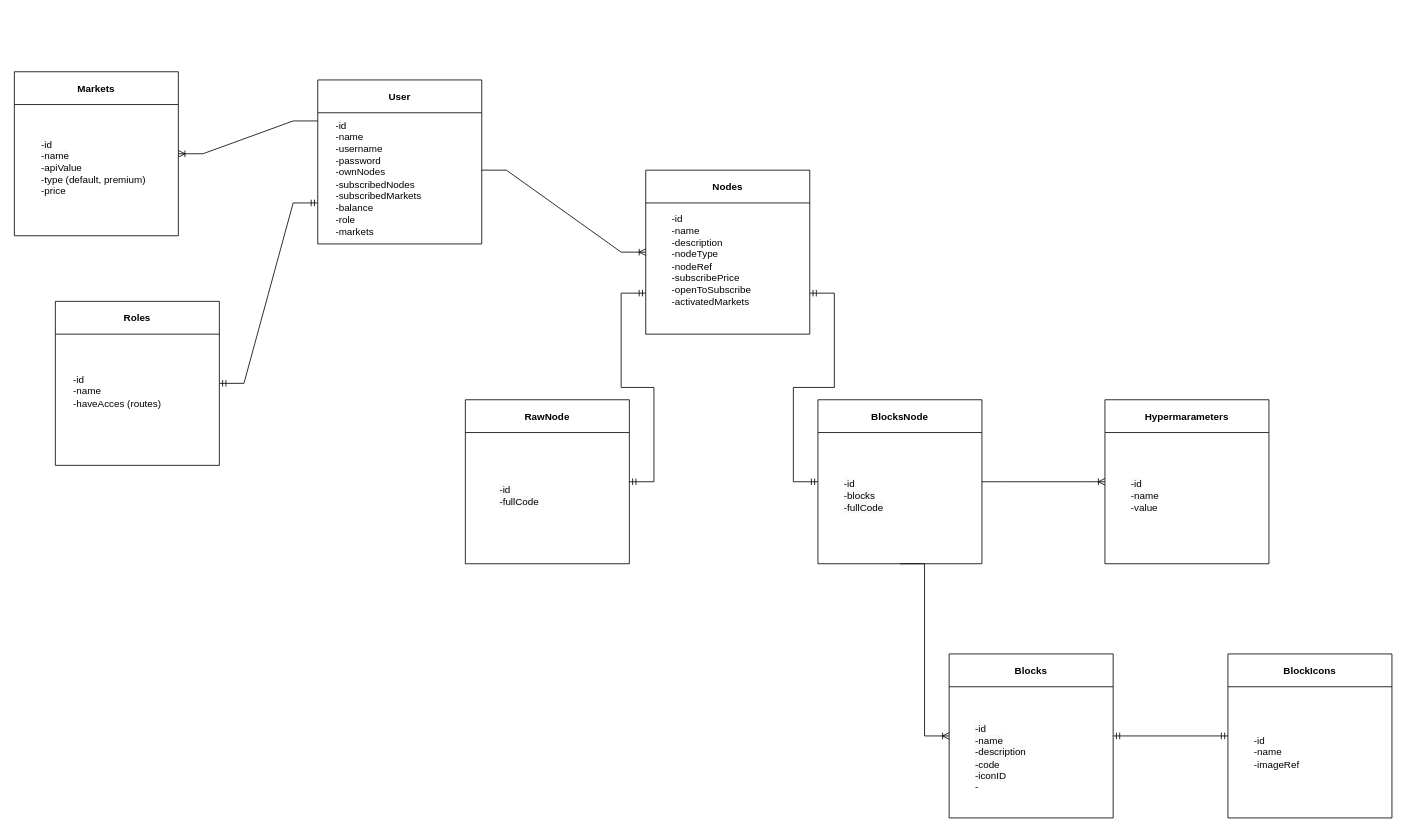
Above: ER Diagram.drawio in GabrielDamian/Stonks_Ultimate_BachelorDegree (draw.io), before the change. Source tidied: cells renumbered, new cells numbered last; positions are measured from the earlier drawing's top-left corner, leaving out a move shared by most shapes. Both pictures are drawn from the tidied source at 82%, with x=0, y=0 at pixel (14, 71).
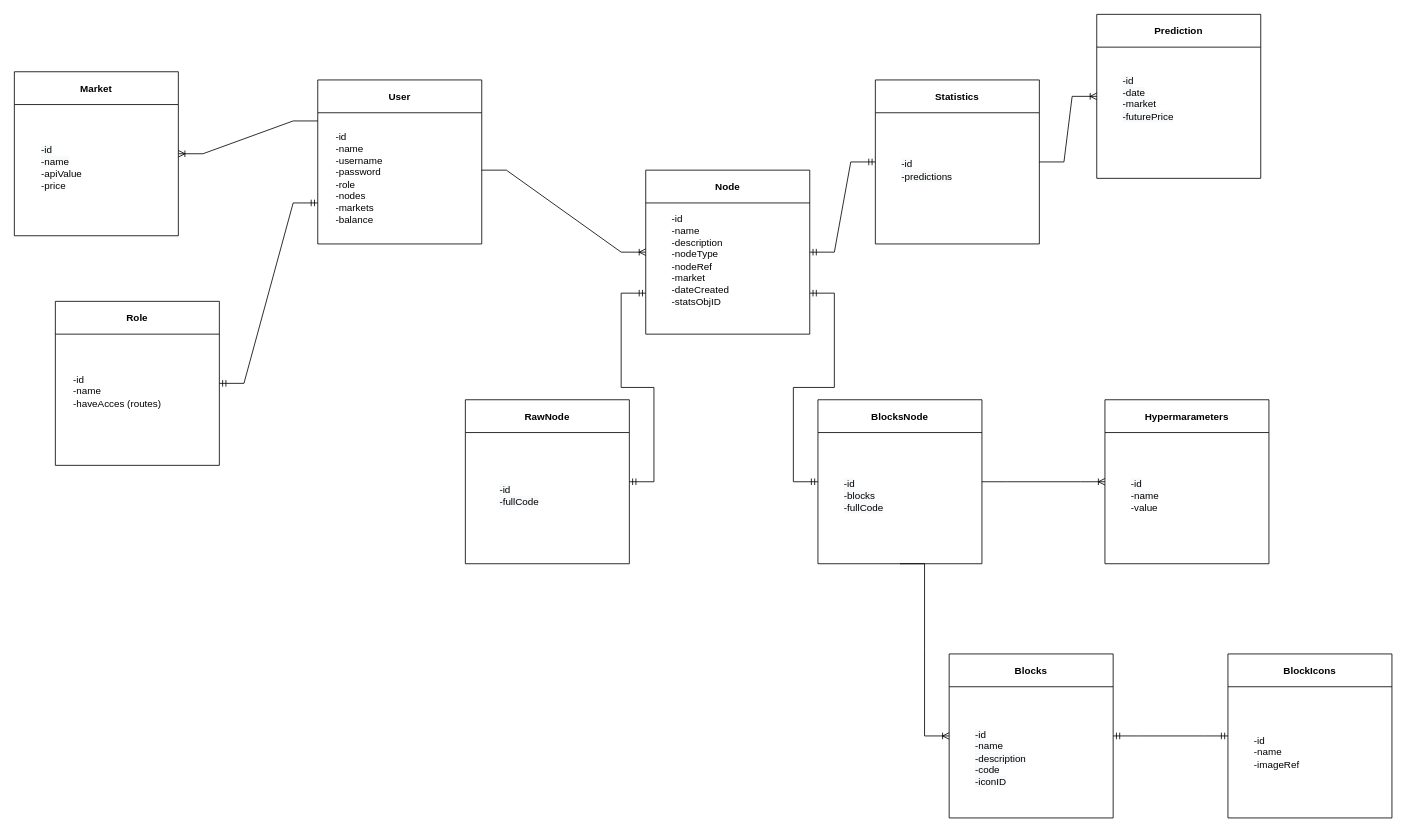
The same page after the edit.

Unchanged cells that the change refers to:
```xml
<mxCell id="2" value="User" style="swimlane;startSize=40;" parent="1" vertex="1">
  <mxGeometry x="370" y="10" width="200" height="200" as="geometry" />
</mxCell>
<mxCell id="6" value="Blocks" style="swimlane;startSize=40;" parent="1" vertex="1">
  <mxGeometry x="1140" y="710" width="200" height="200" as="geometry" />
</mxCell>
```

Change to the diagram source:
```diff
@@
-    <mxCell id="3" value="-id&lt;br&gt;-name&amp;nbsp;&lt;br&gt;-username&lt;br&gt;-password&lt;br&gt;-ownNodes&lt;br&gt;-subscribedNodes&lt;br&gt;-subscribedMarkets&lt;br&gt;-balance&lt;br&gt;-role&lt;br&gt;-markets" style="text;html=1;strokeColor=none;fillColor=none;align=left;verticalAlign=middle;whiteSpace=wrap;rounded=0;" parent="2" vertex="1">
+    <mxCell id="3" value="-id&lt;br&gt;-name&amp;nbsp;&lt;br&gt;-username&lt;br&gt;-password&lt;br&gt;-role&lt;br&gt;-nodes&lt;br&gt;-markets&lt;br&gt;-balance" style="text;html=1;strokeColor=none;fillColor=none;align=left;verticalAlign=middle;whiteSpace=wrap;rounded=0;" parent="2" vertex="1">
       <mxGeometry x="20" y="50" width="140" height="140" as="geometry" />
     </mxCell>
-    <mxCell id="4" value="Nodes" style="swimlane;startSize=40;" parent="1" vertex="1">
+    <mxCell id="4" value="Node" style="swimlane;startSize=40;" parent="1" vertex="1">
       <mxGeometry x="770" y="120" width="200" height="200" as="geometry" />
     </mxCell>
-    <mxCell id="5" value="-id&lt;br&gt;-name&amp;nbsp;&lt;br&gt;-description&lt;br&gt;-nodeType&lt;br&gt;-nodeRef&lt;br&gt;-subscribePrice&lt;br&gt;-openToSubscribe&lt;br&gt;-activatedMarkets" style="text;html=1;strokeColor=none;fillColor=none;align=left;verticalAlign=middle;whiteSpace=wrap;rounded=0;" parent="4" vertex="1">
+    <mxCell id="5" value="-id&lt;br&gt;-name&amp;nbsp;&lt;br&gt;-description&lt;br&gt;-nodeType&lt;br&gt;-nodeRef&lt;br&gt;-market&lt;br&gt;-dateCreated&lt;br&gt;-statsObjID" style="text;html=1;strokeColor=none;fillColor=none;align=left;verticalAlign=middle;whiteSpace=wrap;rounded=0;" parent="4" vertex="1">
       <mxGeometry x="30" y="50" width="140" height="120" as="geometry" />
     </mxCell>
@@
-    <mxCell id="7" value="&lt;br&gt;&lt;span style=&quot;color: rgb(0, 0, 0); font-family: Helvetica; font-size: 12px; font-style: normal; font-variant-ligatures: normal; font-variant-caps: normal; font-weight: 400; letter-spacing: normal; orphans: 2; text-align: left; text-indent: 0px; text-transform: none; widows: 2; word-spacing: 0px; -webkit-text-stroke-width: 0px; background-color: rgb(248, 249, 250); text-decoration-thickness: initial; text-decoration-style: initial; text-decoration-color: initial; float: none; display: inline !important;&quot;&gt;-id&lt;/span&gt;&lt;br style=&quot;color: rgb(0, 0, 0); font-family: Helvetica; font-size: 12px; font-style: normal; font-variant-ligatures: normal; font-variant-caps: normal; font-weight: 400; letter-spacing: normal; orphans: 2; text-align: left; text-indent: 0px; text-transform: none; widows: 2; word-spacing: 0px; -webkit-text-stroke-width: 0px; background-color: rgb(248, 249, 250); text-decoration-thickness: initial; text-decoration-style: initial; text-decoration-color: initial;&quot;&gt;&lt;span style=&quot;color: rgb(0, 0, 0); font-family: Helvetica; font-size: 12px; font-style: normal; font-variant-ligatures: normal; font-variant-caps: normal; font-weight: 400; letter-spacing: normal; orphans: 2; text-align: left; text-indent: 0px; text-transform: none; widows: 2; word-spacing: 0px; -webkit-text-stroke-width: 0px; background-color: rgb(248, 249, 250); text-decoration-thickness: initial; text-decoration-style: initial; text-decoration-color: initial; float: none; display: inline !important;&quot;&gt;-name&lt;/span&gt;&lt;br style=&quot;color: rgb(0, 0, 0); font-family: Helvetica; font-size: 12px; font-style: normal; font-variant-ligatures: normal; font-variant-caps: normal; font-weight: 400; letter-spacing: normal; orphans: 2; text-align: left; text-indent: 0px; text-transform: none; widows: 2; word-spacing: 0px; -webkit-text-stroke-width: 0px; background-color: rgb(248, 249, 250); text-decoration-thickness: initial; text-decoration-style: initial; text-decoration-color: initial;&quot;&gt;&lt;span style=&quot;color: rgb(0, 0, 0); font-family: Helvetica; font-size: 12px; font-style: normal; font-variant-ligatures: normal; font-variant-caps: normal; font-weight: 400; letter-spacing: normal; orphans: 2; text-align: left; text-indent: 0px; text-transform: none; widows: 2; word-spacing: 0px; -webkit-text-stroke-width: 0px; background-color: rgb(248, 249, 250); text-decoration-thickness: initial; text-decoration-style: initial; text-decoration-color: initial; float: none; display: inline !important;&quot;&gt;-description&lt;/span&gt;&lt;br style=&quot;color: rgb(0, 0, 0); font-family: Helvetica; font-size: 12px; font-style: normal; font-variant-ligatures: normal; font-variant-caps: normal; font-weight: 400; letter-spacing: normal; orphans: 2; text-align: left; text-indent: 0px; text-transform: none; widows: 2; word-spacing: 0px; -webkit-text-stroke-width: 0px; background-color: rgb(248, 249, 250); text-decoration-thickness: initial; text-decoration-style: initial; text-decoration-color: initial;&quot;&gt;&lt;span style=&quot;color: rgb(0, 0, 0); font-family: Helvetica; font-size: 12px; font-style: normal; font-variant-ligatures: normal; font-variant-caps: normal; font-weight: 400; letter-spacing: normal; orphans: 2; text-align: left; text-indent: 0px; text-transform: none; widows: 2; word-spacing: 0px; -webkit-text-stroke-width: 0px; background-color: rgb(248, 249, 250); text-decoration-thickness: initial; text-decoration-style: initial; text-decoration-color: initial; float: none; display: inline !important;&quot;&gt;-code&lt;/span&gt;&lt;br style=&quot;color: rgb(0, 0, 0); font-family: Helvetica; font-size: 12px; font-style: normal; font-variant-ligatures: normal; font-variant-caps: normal; font-weight: 400; letter-spacing: normal; orphans: 2; text-align: left; text-indent: 0px; text-transform: none; widows: 2; word-spacing: 0px; -webkit-text-stroke-width: 0px; background-color: rgb(248, 249, 250); text-decoration-thickness: initial; text-decoration-style: initial; text-decoration-color: initial;&quot;&gt;&lt;span style=&quot;color: rgb(0, 0, 0); font-family: Helvetica; font-size: 12px; font-style: normal; font-variant-ligatures: normal; font-variant-caps: normal; font-weight: 400; letter-spacing: normal; orphans: 2; text-align: left; text-indent: 0px; text-transform: none; widows: 2; word-spacing: 0px; -webkit-text-stroke-width: 0px; background-color: rgb(248, 249, 250); text-decoration-thickness: initial; text-decoration-style: initial; text-decoration-color: initial; float: none; display: inline !important;&quot;&gt;-iconID&lt;br&gt;&lt;/span&gt;-&lt;br&gt;" style="text;html=1;strokeColor=none;fillColor=none;align=left;verticalAlign=middle;whiteSpace=wrap;rounded=0;" parent="6" vertex="1">
+    <mxCell id="7" value="&lt;br&gt;&lt;span style=&quot;color: rgb(0, 0, 0); font-family: Helvetica; font-size: 12px; font-style: normal; font-variant-ligatures: normal; font-variant-caps: normal; font-weight: 400; letter-spacing: normal; orphans: 2; text-align: left; text-indent: 0px; text-transform: none; widows: 2; word-spacing: 0px; -webkit-text-stroke-width: 0px; background-color: rgb(248, 249, 250); text-decoration-thickness: initial; text-decoration-style: initial; text-decoration-color: initial; float: none; display: inline !important;&quot;&gt;-id&lt;/span&gt;&lt;br style=&quot;color: rgb(0, 0, 0); font-family: Helvetica; font-size: 12px; font-style: normal; font-variant-ligatures: normal; font-variant-caps: normal; font-weight: 400; letter-spacing: normal; orphans: 2; text-align: left; text-indent: 0px; text-transform: none; widows: 2; word-spacing: 0px; -webkit-text-stroke-width: 0px; background-color: rgb(248, 249, 250); text-decoration-thickness: initial; text-decoration-style: initial; text-decoration-color: initial;&quot;&gt;&lt;span style=&quot;color: rgb(0, 0, 0); font-family: Helvetica; font-size: 12px; font-style: normal; font-variant-ligatures: normal; font-variant-caps: normal; font-weight: 400; letter-spacing: normal; orphans: 2; text-align: left; text-indent: 0px; text-transform: none; widows: 2; word-spacing: 0px; -webkit-text-stroke-width: 0px; background-color: rgb(248, 249, 250); text-decoration-thickness: initial; text-decoration-style: initial; text-decoration-color: initial; float: none; display: inline !important;&quot;&gt;-name&lt;/span&gt;&lt;br style=&quot;color: rgb(0, 0, 0); font-family: Helvetica; font-size: 12px; font-style: normal; font-variant-ligatures: normal; font-variant-caps: normal; font-weight: 400; letter-spacing: normal; orphans: 2; text-align: left; text-indent: 0px; text-transform: none; widows: 2; word-spacing: 0px; -webkit-text-stroke-width: 0px; background-color: rgb(248, 249, 250); text-decoration-thickness: initial; text-decoration-style: initial; text-decoration-color: initial;&quot;&gt;&lt;span style=&quot;color: rgb(0, 0, 0); font-family: Helvetica; font-size: 12px; font-style: normal; font-variant-ligatures: normal; font-variant-caps: normal; font-weight: 400; letter-spacing: normal; orphans: 2; text-align: left; text-indent: 0px; text-transform: none; widows: 2; word-spacing: 0px; -webkit-text-stroke-width: 0px; background-color: rgb(248, 249, 250); text-decoration-thickness: initial; text-decoration-style: initial; text-decoration-color: initial; float: none; display: inline !important;&quot;&gt;-description&lt;/span&gt;&lt;br style=&quot;color: rgb(0, 0, 0); font-family: Helvetica; font-size: 12px; font-style: normal; font-variant-ligatures: normal; font-variant-caps: normal; font-weight: 400; letter-spacing: normal; orphans: 2; text-align: left; text-indent: 0px; text-transform: none; widows: 2; word-spacing: 0px; -webkit-text-stroke-width: 0px; background-color: rgb(248, 249, 250); text-decoration-thickness: initial; text-decoration-style: initial; text-decoration-color: initial;&quot;&gt;&lt;span style=&quot;color: rgb(0, 0, 0); font-family: Helvetica; font-size: 12px; font-style: normal; font-variant-ligatures: normal; font-variant-caps: normal; font-weight: 400; letter-spacing: normal; orphans: 2; text-align: left; text-indent: 0px; text-transform: none; widows: 2; word-spacing: 0px; -webkit-text-stroke-width: 0px; background-color: rgb(248, 249, 250); text-decoration-thickness: initial; text-decoration-style: initial; text-decoration-color: initial; float: none; display: inline !important;&quot;&gt;-code&lt;/span&gt;&lt;br style=&quot;color: rgb(0, 0, 0); font-family: Helvetica; font-size: 12px; font-style: normal; font-variant-ligatures: normal; font-variant-caps: normal; font-weight: 400; letter-spacing: normal; orphans: 2; text-align: left; text-indent: 0px; text-transform: none; widows: 2; word-spacing: 0px; -webkit-text-stroke-width: 0px; background-color: rgb(248, 249, 250); text-decoration-thickness: initial; text-decoration-style: initial; text-decoration-color: initial;&quot;&gt;&lt;span style=&quot;color: rgb(0, 0, 0); font-family: Helvetica; font-size: 12px; font-style: normal; font-variant-ligatures: normal; font-variant-caps: normal; font-weight: 400; letter-spacing: normal; orphans: 2; text-align: left; text-indent: 0px; text-transform: none; widows: 2; word-spacing: 0px; -webkit-text-stroke-width: 0px; background-color: rgb(248, 249, 250); text-decoration-thickness: initial; text-decoration-style: initial; text-decoration-color: initial; float: none; display: inline !important;&quot;&gt;-iconID&lt;/span&gt;" style="text;html=1;strokeColor=none;fillColor=none;align=left;verticalAlign=middle;whiteSpace=wrap;rounded=0;" parent="6" vertex="1">
       <mxGeometry x="30" y="60" width="140" height="120" as="geometry" />
     </mxCell>
@@
-    <mxCell id="22" value="Roles" style="swimlane;startSize=40;" parent="1" vertex="1">
+    <mxCell id="22" value="Role" style="swimlane;startSize=40;" parent="1" vertex="1">
       <mxGeometry x="50" y="280" width="200" height="200" as="geometry" />
     </mxCell>
@@
-    <mxCell id="25" value="Markets" style="swimlane;startSize=40;" parent="1" vertex="1">
+    <mxCell id="25" value="Market" style="swimlane;startSize=40;" parent="1" vertex="1">
       <mxGeometry width="200" height="200" as="geometry" />
     </mxCell>
-    <mxCell id="26" value="&lt;br&gt;&lt;span style=&quot;color: rgb(0, 0, 0); font-family: Helvetica; font-size: 12px; font-style: normal; font-variant-ligatures: normal; font-variant-caps: normal; font-weight: 400; letter-spacing: normal; orphans: 2; text-align: left; text-indent: 0px; text-transform: none; widows: 2; word-spacing: 0px; -webkit-text-stroke-width: 0px; background-color: rgb(248, 249, 250); text-decoration-thickness: initial; text-decoration-style: initial; text-decoration-color: initial; float: none; display: inline !important;&quot;&gt;-id&lt;/span&gt;&lt;br style=&quot;color: rgb(0, 0, 0); font-family: Helvetica; font-size: 12px; font-style: normal; font-variant-ligatures: normal; font-variant-caps: normal; font-weight: 400; letter-spacing: normal; orphans: 2; text-align: left; text-indent: 0px; text-transform: none; widows: 2; word-spacing: 0px; -webkit-text-stroke-width: 0px; background-color: rgb(248, 249, 250); text-decoration-thickness: initial; text-decoration-style: initial; text-decoration-color: initial;&quot;&gt;&lt;span style=&quot;color: rgb(0, 0, 0); font-family: Helvetica; font-size: 12px; font-style: normal; font-variant-ligatures: normal; font-variant-caps: normal; font-weight: 400; letter-spacing: normal; orphans: 2; text-align: left; text-indent: 0px; text-transform: none; widows: 2; word-spacing: 0px; -webkit-text-stroke-width: 0px; background-color: rgb(248, 249, 250); text-decoration-thickness: initial; text-decoration-style: initial; text-decoration-color: initial; float: none; display: inline !important;&quot;&gt;-name&lt;/span&gt;&lt;br style=&quot;color: rgb(0, 0, 0); font-family: Helvetica; font-size: 12px; font-style: normal; font-variant-ligatures: normal; font-variant-caps: normal; font-weight: 400; letter-spacing: normal; orphans: 2; text-align: left; text-indent: 0px; text-transform: none; widows: 2; word-spacing: 0px; -webkit-text-stroke-width: 0px; background-color: rgb(248, 249, 250); text-decoration-thickness: initial; text-decoration-style: initial; text-decoration-color: initial;&quot;&gt;-apiValue&lt;br&gt;-type (default, premium)&lt;br&gt;-price&lt;br&gt;" style="text;html=1;strokeColor=none;fillColor=none;align=left;verticalAlign=middle;whiteSpace=wrap;rounded=0;" parent="25" vertex="1">
+    <mxCell id="26" value="&lt;br&gt;&lt;span style=&quot;color: rgb(0, 0, 0); font-family: Helvetica; font-size: 12px; font-style: normal; font-variant-ligatures: normal; font-variant-caps: normal; font-weight: 400; letter-spacing: normal; orphans: 2; text-align: left; text-indent: 0px; text-transform: none; widows: 2; word-spacing: 0px; -webkit-text-stroke-width: 0px; background-color: rgb(248, 249, 250); text-decoration-thickness: initial; text-decoration-style: initial; text-decoration-color: initial; float: none; display: inline !important;&quot;&gt;-id&lt;/span&gt;&lt;br style=&quot;color: rgb(0, 0, 0); font-family: Helvetica; font-size: 12px; font-style: normal; font-variant-ligatures: normal; font-variant-caps: normal; font-weight: 400; letter-spacing: normal; orphans: 2; text-align: left; text-indent: 0px; text-transform: none; widows: 2; word-spacing: 0px; -webkit-text-stroke-width: 0px; background-color: rgb(248, 249, 250); text-decoration-thickness: initial; text-decoration-style: initial; text-decoration-color: initial;&quot;&gt;&lt;span style=&quot;color: rgb(0, 0, 0); font-family: Helvetica; font-size: 12px; font-style: normal; font-variant-ligatures: normal; font-variant-caps: normal; font-weight: 400; letter-spacing: normal; orphans: 2; text-align: left; text-indent: 0px; text-transform: none; widows: 2; word-spacing: 0px; -webkit-text-stroke-width: 0px; background-color: rgb(248, 249, 250); text-decoration-thickness: initial; text-decoration-style: initial; text-decoration-color: initial; float: none; display: inline !important;&quot;&gt;-name&lt;/span&gt;&lt;br style=&quot;color: rgb(0, 0, 0); font-family: Helvetica; font-size: 12px; font-style: normal; font-variant-ligatures: normal; font-variant-caps: normal; font-weight: 400; letter-spacing: normal; orphans: 2; text-align: left; text-indent: 0px; text-transform: none; widows: 2; word-spacing: 0px; -webkit-text-stroke-width: 0px; background-color: rgb(248, 249, 250); text-decoration-thickness: initial; text-decoration-style: initial; text-decoration-color: initial;&quot;&gt;-apiValue&lt;br&gt;-price" style="text;html=1;strokeColor=none;fillColor=none;align=left;verticalAlign=middle;whiteSpace=wrap;rounded=0;" parent="25" vertex="1">
       <mxGeometry x="31" y="50" width="140" height="120" as="geometry" />
     </mxCell>
@@
+    <mxCell id="28" value="Statistics" style="swimlane;startSize=40;" parent="1" vertex="1">
+      <mxGeometry x="1050" y="10" width="200" height="200" as="geometry" />
+    </mxCell>
+    <mxCell id="29" value="&lt;br&gt;&lt;span style=&quot;color: rgb(0, 0, 0); font-family: Helvetica; font-size: 12px; font-style: normal; font-variant-ligatures: normal; font-variant-caps: normal; font-weight: 400; letter-spacing: normal; orphans: 2; text-align: left; text-indent: 0px; text-transform: none; widows: 2; word-spacing: 0px; -webkit-text-stroke-width: 0px; background-color: rgb(248, 249, 250); text-decoration-thickness: initial; text-decoration-style: initial; text-decoration-color: initial; float: none; display: inline !important;&quot;&gt;-id&lt;br&gt;-predictions&lt;br&gt;&lt;br&gt;&lt;/span&gt;" style="text;html=1;strokeColor=none;fillColor=none;align=left;verticalAlign=middle;whiteSpace=wrap;rounded=0;" parent="28" vertex="1">
+      <mxGeometry x="30" y="50" width="140" height="120" as="geometry" />
+    </mxCell>
+    <mxCell id="30" style="edgeStyle=entityRelationEdgeStyle;fontSize=12;html=1;endArrow=ERmandOne;startArrow=ERmandOne;rounded=0;entryX=1;entryY=0.5;entryDx=0;entryDy=0;exitX=0;exitY=0.5;exitDx=0;exitDy=0;" parent="1" edge="1" source="28" target="4">
+      <mxGeometry relative="1" as="geometry" />
+    </mxCell>
+    <mxCell id="31" value="Prediction" style="swimlane;startSize=40;" parent="1" vertex="1">
+      <mxGeometry x="1320" y="-70" width="200" height="200" as="geometry" />
+    </mxCell>
+    <mxCell id="32" value="&lt;span style=&quot;color: rgb(0, 0, 0); font-family: Helvetica; font-size: 12px; font-style: normal; font-variant-ligatures: normal; font-variant-caps: normal; font-weight: 400; letter-spacing: normal; orphans: 2; text-align: left; text-indent: 0px; text-transform: none; widows: 2; word-spacing: 0px; -webkit-text-stroke-width: 0px; background-color: rgb(248, 249, 250); text-decoration-thickness: initial; text-decoration-style: initial; text-decoration-color: initial; float: none; display: inline !important;&quot;&gt;-id&lt;br&gt;-date&lt;br&gt;-market&lt;br&gt;-futurePrice&lt;br&gt;&lt;br&gt;&lt;/span&gt;" style="text;html=1;strokeColor=none;fillColor=none;align=left;verticalAlign=middle;whiteSpace=wrap;rounded=0;" parent="31" vertex="1">
+      <mxGeometry x="30" y="50" width="140" height="120" as="geometry" />
+    </mxCell>
+    <mxCell id="33" style="edgeStyle=entityRelationEdgeStyle;fontSize=12;html=1;endArrow=ERoneToMany;rounded=0;entryX=0;entryY=0.5;entryDx=0;entryDy=0;exitX=1;exitY=0.5;exitDx=0;exitDy=0;" parent="1" edge="1" source="28" target="31">
+      <mxGeometry relative="1" as="geometry" />
+    </mxCell>
```
